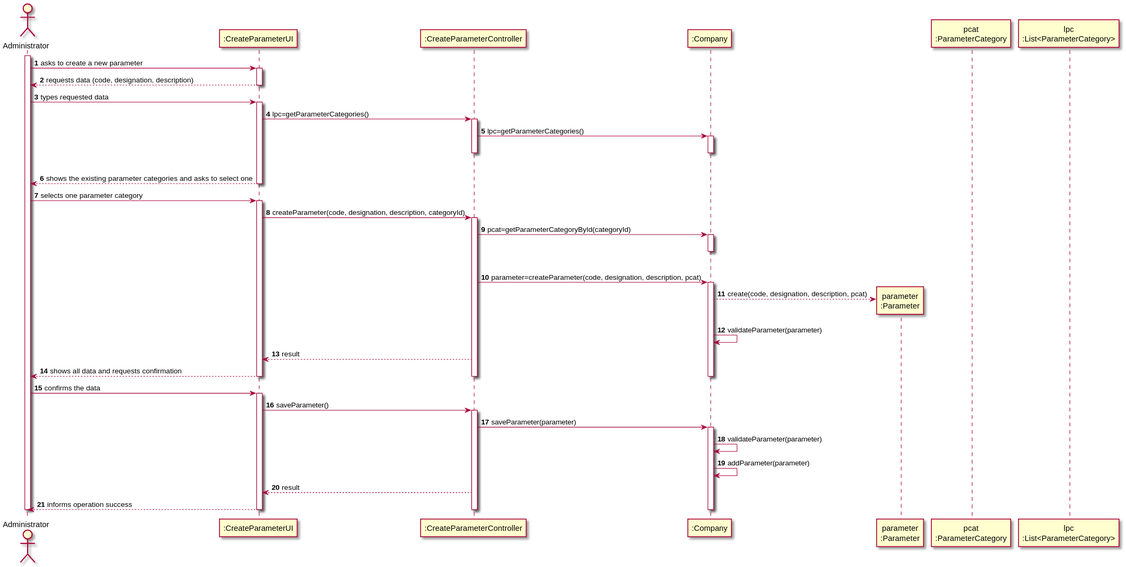
The PlantUML diagram docs/SprintB/US10/US10-SD.svg in 0franciscor/lei-21-s2-1de-g19, before a commit.
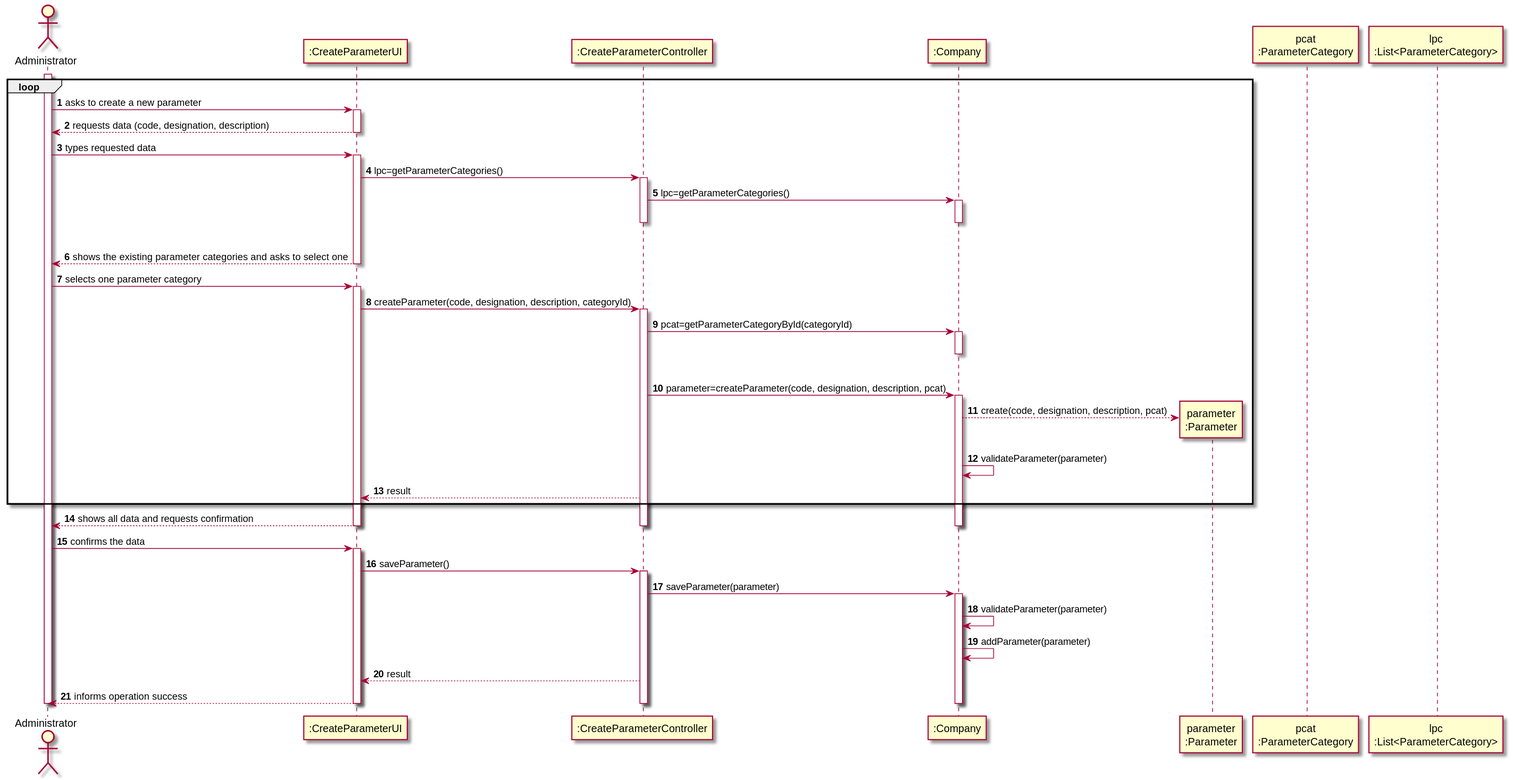
Later version of the same file.

Commit message:
acréscimo do loop no SD US10

The edit, as a diff of the source:
```diff
@@ -10,6 +10,7 @@
 participant "pcat\n:ParameterCategory" as CAT
 participant "lpc\n:List<ParameterCategory>" as LIST_CAT
 
+loop
 activate ADM
 ADM -> CPUI : asks to create a new parameter
 activate CPUI
@@ -51,6 +52,7 @@
 
 CPC --> CPUI: result
 
+end
 CPUI --> ADM: shows all data and requests confirmation
 deactivate COMP
 deactivate CPC
```
